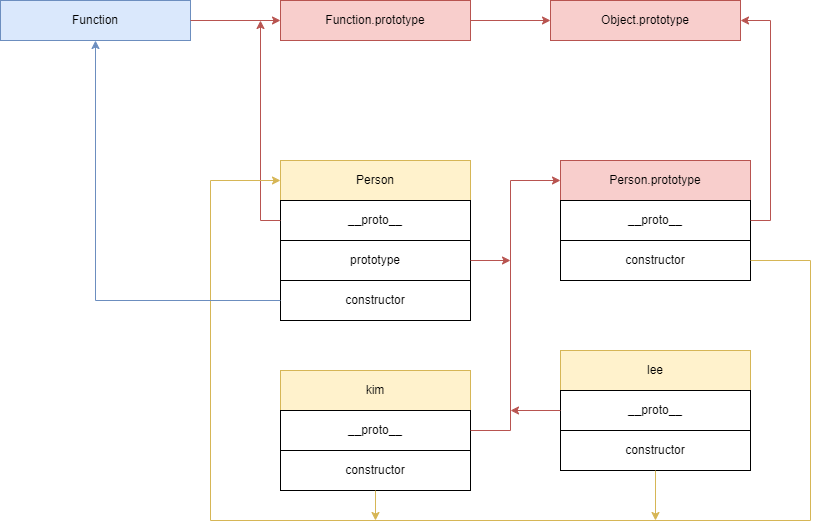
bbearcookie/blog keeps this draw.io diagram as contents/posts/javascript/prototype/prototype.png. Above is the earlier version. Source tidied: cells renumbered, new cells last; positions are measured from the earlier drawing's top-left corner, leaving out a move shared by most shapes.
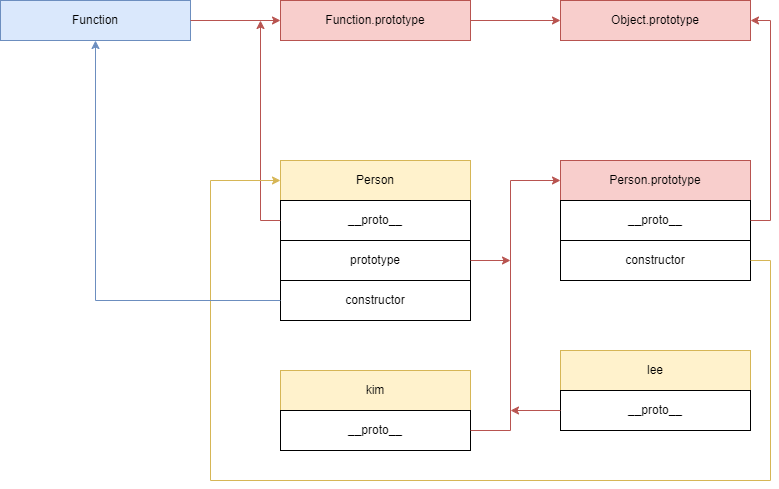
The same diagram one commit later.

Commit message:
edit: 프로토타입(Prototype)

Change to the diagram source:
```diff
@@ -24,12 +24,10 @@
       <mxGeometry x="560" y="240" width="190" height="40" as="geometry" />
     </mxCell>
     <mxCell id="9" value="Object.prototype" style="rounded=0;whiteSpace=wrap;html=1;fillColor=#f8cecc;strokeColor=#b85450;" parent="1" vertex="1">
-      <mxGeometry x="550" width="190" height="40" as="geometry" />
+      <mxGeometry x="560" width="190" height="40" as="geometry" />
     </mxCell>
-    <mxCell id="10" style="endArrow=classic;html=1;rounded=0;exitX=1;exitY=0.5;exitDx=0;exitDy=0;fillColor=#f8cecc;strokeColor=#b85450;" parent="1" edge="1" source="5">
-      <mxGeometry relative="1" as="geometry">
-        <mxPoint x="550" y="20" as="targetPoint" />
-      </mxGeometry>
+    <mxCell id="10" style="endArrow=classic;html=1;rounded=0;exitX=1;exitY=0.5;exitDx=0;exitDy=0;fillColor=#f8cecc;strokeColor=#b85450;entryX=0;entryY=0.5;entryDx=0;entryDy=0;" parent="1" edge="1" source="5" target="9">
+      <mxGeometry relative="1" as="geometry" />
     </mxCell>
     <mxCell id="11" style="endArrow=classic;html=1;rounded=0;exitX=1;exitY=0.5;exitDx=0;exitDy=0;fillColor=#f8cecc;strokeColor=#b85450;" parent="1" edge="1" source="4">
       <mxGeometry relative="1" as="geometry">
@@ -71,19 +69,13 @@
     </mxCell>
     <mxCell id="19" style="endArrow=classic;html=1;rounded=0;exitX=1;exitY=0.5;exitDx=0;exitDy=0;fillColor=#f8cecc;strokeColor=#b85450;" parent="1" edge="1" source="7">
       <mxGeometry relative="1" as="geometry">
-        <mxPoint x="740" y="20" as="targetPoint" />
+        <mxPoint x="750" y="20" as="targetPoint" />
         <Array as="points">
           <mxPoint x="770" y="220" />
           <mxPoint x="770" y="20" />
         </Array>
       </mxGeometry>
     </mxCell>
-    <mxCell id="20" value="constructor" style="rounded=0;whiteSpace=wrap;html=1;" parent="1" vertex="1">
-      <mxGeometry x="280" y="450" width="190" height="40" as="geometry" />
-    </mxCell>
-    <mxCell id="21" value="constructor" style="rounded=0;whiteSpace=wrap;html=1;" parent="1" vertex="1">
-      <mxGeometry x="560" y="430" width="190" height="40" as="geometry" />
-    </mxCell>
     <mxCell id="22" value="Function" style="rounded=0;whiteSpace=wrap;html=1;fillColor=#dae8fc;strokeColor=#6c8ebf;" parent="1" vertex="1">
       <mxGeometry width="190" height="40" as="geometry" />
     </mxCell>
@@ -96,9 +88,9 @@
     <mxCell id="25" style="endArrow=classic;html=1;rounded=0;exitX=1;exitY=0.5;exitDx=0;exitDy=0;fillColor=#fff2cc;strokeColor=#d6b656;entryX=0;entryY=0.5;entryDx=0;entryDy=0;" parent="1" edge="1" source="8" target="2">
       <mxGeometry relative="1" as="geometry">
         <Array as="points">
-          <mxPoint x="810" y="260" />
-          <mxPoint x="810" y="520" />
-          <mxPoint x="210" y="520" />
+          <mxPoint x="770" y="260" />
+          <mxPoint x="770" y="480" />
+          <mxPoint x="210" y="480" />
           <mxPoint x="210" y="180" />
         </Array>
       </mxGeometry>
@@ -110,15 +102,5 @@
         </Array>
       </mxGeometry>
     </mxCell>
-    <mxCell id="27" style="endArrow=classic;html=1;rounded=0;exitX=0.5;exitY=1;exitDx=0;exitDy=0;fillColor=#fff2cc;strokeColor=#d6b656;" parent="1" edge="1" source="21">
-      <mxGeometry relative="1" as="geometry">
-        <mxPoint x="655" y="520" as="targetPoint" />
-      </mxGeometry>
-    </mxCell>
-    <mxCell id="28" style="endArrow=classic;html=1;rounded=0;exitX=0.5;exitY=1;exitDx=0;exitDy=0;fillColor=#fff2cc;strokeColor=#d6b656;" parent="1" edge="1" source="20">
-      <mxGeometry relative="1" as="geometry">
-        <mxPoint x="375" y="520" as="targetPoint" />
-      </mxGeometry>
-    </mxCell>
   </root>
 </mxGraphModel>
```
